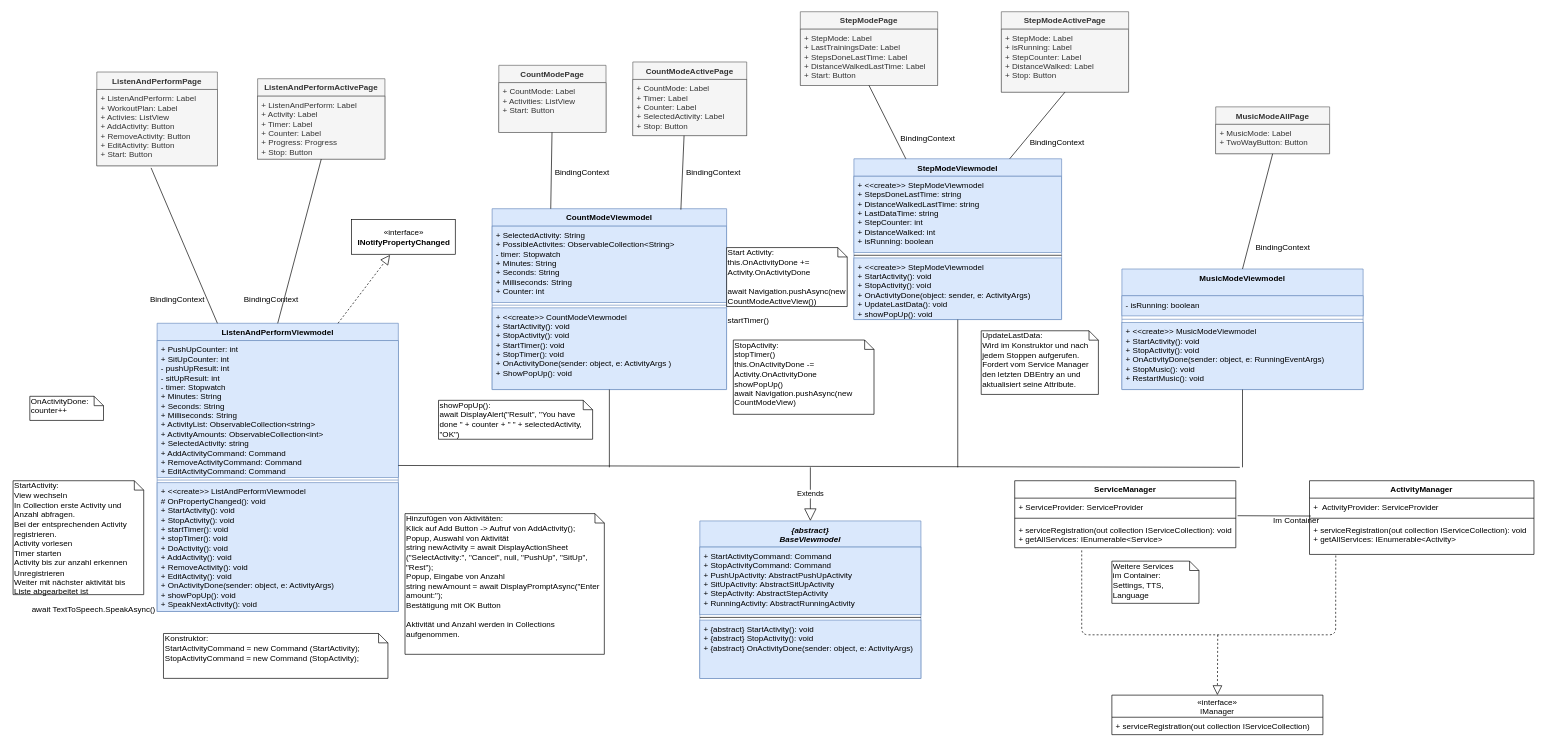
vlle1/dokumente-earablesKIT keeps this draw.io diagram as Entwurf/WeitereViewmodels.drawio. Above is the earlier version. Source tidied: cells renumbered, new cells numbered last; positions are measured from the earlier drawing's top-left corner, leaving out a move shared by most shapes. Both pictures are drawn from the tidied source at 67%, with x=0, y=0 at pixel (13, 11).
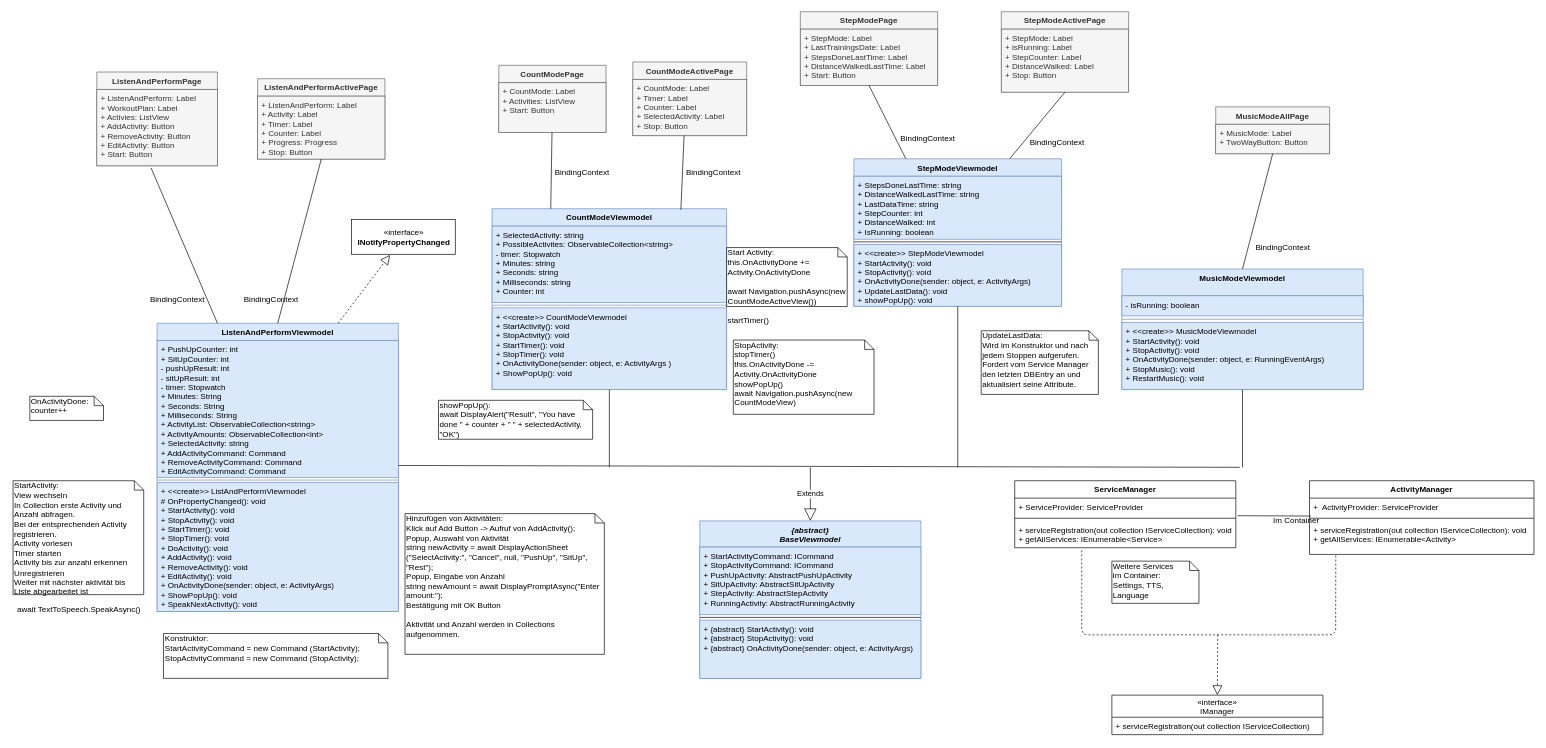
The same page after the edit.

Commit message (it also covers changes not shown here):
Viewmodels im Dokument und im Diagramm überarbeitet

Unchanged cells that the change refers to:
```xml
<mxCell id="2" value="CountModeViewmodel&#10;" style="swimlane;fontStyle=1;align=center;verticalAlign=top;horizontal=1;startSize=26;fillColor=#dae8fc;strokeColor=#6c8ebf;" parent="1" vertex="1">
  <mxGeometry x="715" y="294" width="350" height="270" as="geometry" />
</mxCell>
<mxCell id="32" value="ListenAndPerformViewmodel" style="swimlane;fontStyle=1;align=center;verticalAlign=top;horizontal=1;startSize=26;fillColor=#dae8fc;strokeColor=#6c8ebf;" parent="1" vertex="1">
  <mxGeometry x="215" y="465" width="360" height="430" as="geometry" />
</mxCell>
<mxCell id="52" value="{abstract}&#10;BaseViewmodel" style="swimlane;fontStyle=3;align=center;verticalAlign=top;horizontal=1;startSize=39;fillColor=#dae8fc;strokeColor=#6c8ebf;" parent="1" vertex="1">
  <mxGeometry x="1025" y="760" width="330" height="235" as="geometry" />
</mxCell>
```

Diff of the diagram source:
```diff
@@
-    <mxCell id="3" value="+ SelectedActivity: String&#10;+ PossibleActivites: ObservableCollection&lt;String&gt;&#10;- timer: Stopwatch&#10;+ Minutes: String&#10;+ Seconds: String&#10;+ Milliseconds: String&#10;+ Counter: int" style="text;strokeColor=#6c8ebf;fillColor=#dae8fc;align=left;verticalAlign=top;spacingLeft=4;spacingRight=4;overflow=hidden;" parent="2" vertex="1">
+    <mxCell id="3" value="+ SelectedActivity: string&#10;+ PossibleActivites: ObservableCollection&lt;string&gt;&#10;- timer: Stopwatch&#10;+ Minutes: string&#10;+ Seconds: string&#10;+ Milliseconds: string&#10;+ Counter: int" style="text;strokeColor=#6c8ebf;fillColor=#dae8fc;align=left;verticalAlign=top;spacingLeft=4;spacingRight=4;overflow=hidden;" parent="2" vertex="1">
       <mxGeometry y="26" width="350" height="114" as="geometry" />
     </mxCell>
@@
     <mxCell id="28" value="StepModeViewmodel" style="swimlane;fontStyle=1;align=center;verticalAlign=top;horizontal=1;startSize=26;fillColor=#dae8fc;strokeColor=#6c8ebf;" parent="1" vertex="1">
-      <mxGeometry x="1255" y="219.5" width="310" height="240" as="geometry" />
+      <mxGeometry x="1255" y="219.5" width="310" height="220" as="geometry" />
     </mxCell>
-    <mxCell id="29" value="+ &lt;&lt;create&gt;&gt; StepModeViewmodel&#10;+ StepsDoneLastTime: string&#10;+ DistanceWalkedLastTime: string&#10;+ LastDataTime: string&#10;+ StepCounter: int&#10;+ DistanceWalked: int&#10;+ isRunning: boolean&#10;" style="text;strokeColor=#6c8ebf;fillColor=#dae8fc;align=left;verticalAlign=top;spacingLeft=4;spacingRight=4;overflow=hidden;" parent="28" vertex="1">
-      <mxGeometry y="26" width="310" height="114" as="geometry" />
+    <mxCell id="29" value="+ StepsDoneLastTime: string&#10;+ DistanceWalkedLastTime: string&#10;+ LastDataTime: string&#10;+ StepCounter: int&#10;+ DistanceWalked: int&#10;+ IsRunning: boolean&#10;" style="text;strokeColor=#6c8ebf;fillColor=#dae8fc;align=left;verticalAlign=top;spacingLeft=4;spacingRight=4;overflow=hidden;" parent="28" vertex="1">
+      <mxGeometry y="26" width="310" height="94" as="geometry" />
     </mxCell>
     <mxCell id="30" style="line;strokeWidth=1;fillColor=none;align=left;verticalAlign=middle;spacingTop=-1;spacingLeft=3;spacingRight=3;labelPosition=right;" parent="28" vertex="1">
-      <mxGeometry y="140" width="310" height="8" as="geometry" />
+      <mxGeometry y="120" width="310" height="8" as="geometry" />
     </mxCell>
-    <mxCell id="31" value="+ &lt;&lt;create&gt;&gt; StepModeViewmodel&#10;+ StartActivity(): void&#10;+ StopActivity(): void&#10;+ OnActivityDone(object: sender, e: ActivityArgs)&#10;+ UpdateLastData(): void&#10;+ showPopUp(): void&#10;" style="text;strokeColor=#6c8ebf;fillColor=#dae8fc;align=left;verticalAlign=top;spacingLeft=4;spacingRight=4;overflow=hidden;" parent="28" vertex="1">
-      <mxGeometry y="148" width="310" height="92" as="geometry" />
+    <mxCell id="31" value="+ &lt;&lt;create&gt;&gt; StepModeViewmodel&#10;+ StartActivity(): void&#10;+ StopActivity(): void&#10;+ OnActivityDone(sender: object, e: ActivityArgs)&#10;+ UpdateLastData(): void&#10;+ showPopUp(): void&#10;" style="text;strokeColor=#6c8ebf;fillColor=#dae8fc;align=left;verticalAlign=top;spacingLeft=4;spacingRight=4;overflow=hidden;" parent="28" vertex="1">
+      <mxGeometry y="128" width="310" height="92" as="geometry" />
     </mxCell>
@@
-    <mxCell id="35" value="+ &lt;&lt;create&gt;&gt; ListAndPerformViewmodel&#10;# OnPropertyChanged(): void&#10;+ StartActivity(): void&#10;+ StopActivity(): void&#10;+ startTimer(): void&#10;+ stopTimer(): void&#10;+ DoActivity(): void&#10;+ AddActivity(): void&#10;+ RemoveActivity(): void&#10;+ EditActivity(): void&#10;+ OnActivityDone(sender: object, e: ActivityArgs)&#10;+ showPopUp(): void&#10;+ SpeakNextActivity(): void" style="text;strokeColor=#6c8ebf;fillColor=#dae8fc;align=left;verticalAlign=top;spacingLeft=4;spacingRight=4;overflow=hidden;" parent="32" vertex="1">
+    <mxCell id="35" value="+ &lt;&lt;create&gt;&gt; ListAndPerformViewmodel&#10;# OnPropertyChanged(): void&#10;+ StartActivity(): void&#10;+ StopActivity(): void&#10;+ StartTimer(): void&#10;+ StopTimer(): void&#10;+ DoActivity(): void&#10;+ AddActivity(): void&#10;+ RemoveActivity(): void&#10;+ EditActivity(): void&#10;+ OnActivityDone(sender: object, e: ActivityArgs)&#10;+ ShowPopUp(): void&#10;+ SpeakNextActivity(): void" style="text;strokeColor=#6c8ebf;fillColor=#dae8fc;align=left;verticalAlign=top;spacingLeft=4;spacingRight=4;overflow=hidden;" parent="32" vertex="1">
       <mxGeometry y="238" width="360" height="192" as="geometry" />
     </mxCell>
@@
     <mxCell id="41" value="await TextToSpeech.SpeakAsync()" style="text;html=1;align=center;verticalAlign=middle;" parent="1" vertex="1">
-      <mxGeometry x="19.7" y="883" width="200" height="20" as="geometry" />
+      <mxGeometry x="-2.5" y="883" width="200" height="20" as="geometry" />
     </mxCell>
@@
-    <mxCell id="53" value="+ StartActivityCommand: Command&#10;+ StopActivityCommand: Command&#10;+ PushUpActivity: AbstractPushUpActivity&#10;+ SitUpActivity: AbstractSitUpActivity&#10;+ StepActivity: AbstractStepActivity&#10;+ RunningActivity: AbstractRunningActivity&#10;" style="text;strokeColor=#6c8ebf;fillColor=#dae8fc;align=left;verticalAlign=top;spacingLeft=4;spacingRight=4;overflow=hidden;" parent="52" vertex="1">
+    <mxCell id="53" value="+ StartActivityCommand: ICommand&#10;+ StopActivityCommand: ICommand&#10;+ PushUpActivity: AbstractPushUpActivity&#10;+ SitUpActivity: AbstractSitUpActivity&#10;+ StepActivity: AbstractStepActivity&#10;+ RunningActivity: AbstractRunningActivity&#10;" style="text;strokeColor=#6c8ebf;fillColor=#dae8fc;align=left;verticalAlign=top;spacingLeft=4;spacingRight=4;overflow=hidden;" parent="52" vertex="1">
       <mxGeometry y="39" width="330" height="101" as="geometry" />
     </mxCell>
```
